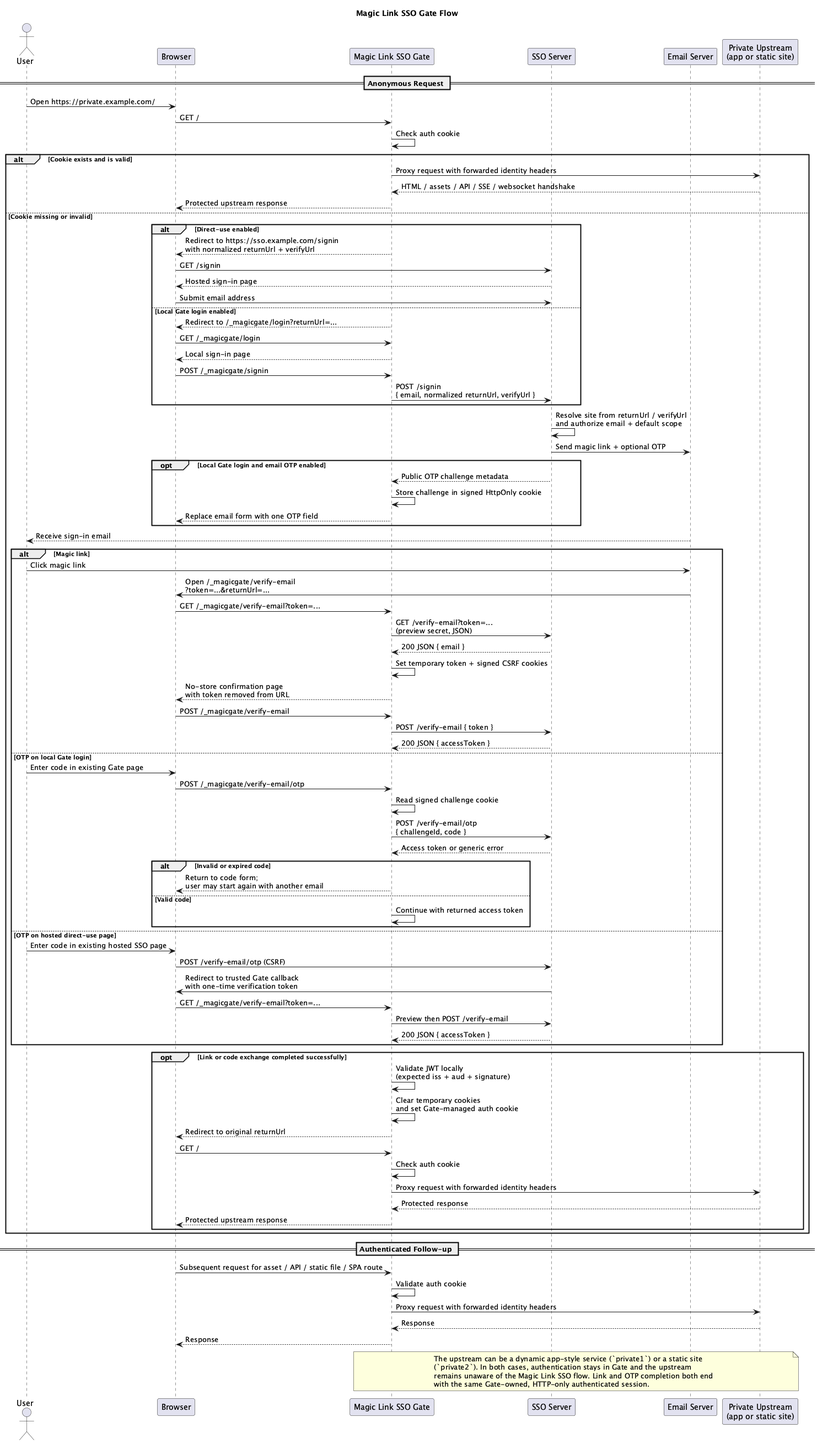
The PlantUML diagram docs/MagicLinkSSO_Gate_Flow_light.png in magic-link-sso/magic-sso, before a commit.
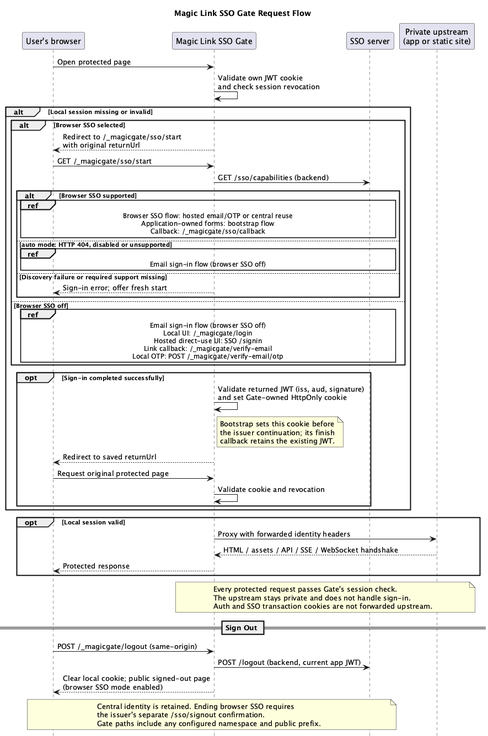
The same file after the commit.

Change to the diagram source:
```diff
@@ -1,104 +1,76 @@
 @startuml MagicLinkSSO-Gate-Flow
 
-title Magic Link SSO Gate Flow
+title Magic Link SSO Gate Request Flow
+hide footbox
 
-actor User
-participant "Browser" as Browser
+participant "User's browser" as Browser
 participant "Magic Link SSO Gate" as Gate
-participant "SSO Server" as SSO
-participant "Email Server" as Email
-participant "Private Upstream\n(app or static site)" as Upstream
+participant "SSO server" as SSO
+participant "Private upstream\n(app or static site)" as Upstream
 
-== Anonymous Request ==
+Browser -> Gate: Open protected page
+Gate -> Gate: Validate own JWT cookie\nand check session revocation
 
-User -> Browser: Open https://private.example.com/
-Browser -> Gate: GET /
-Gate -> Gate: Check auth cookie
-
-alt Cookie exists and is valid
-    Gate -> Upstream: Proxy request with forwarded identity headers
-    Upstream --> Gate: HTML / assets / API / SSE / websocket handshake
-    Gate --> Browser: Protected upstream response
-else Cookie missing or invalid
-    alt Direct-use enabled
-        Gate --> Browser: Redirect to https://sso.example.com/signin\nwith normalized returnUrl + verifyUrl
-        Browser -> SSO: GET /signin
-        SSO --> Browser: Hosted sign-in page
-        Browser -> SSO: Submit email address
-    else Local Gate login enabled
-        Gate --> Browser: Redirect to /_magicgate/login?returnUrl=...
-        Browser -> Gate: GET /_magicgate/login
-        Gate --> Browser: Local sign-in page
-        Browser -> Gate: POST /_magicgate/signin
-        Gate -> SSO: POST /signin\n{ email, normalized returnUrl, verifyUrl }
+alt Local session missing or invalid
+    alt Browser SSO selected
+        Gate --> Browser: Redirect to /_magicgate/sso/start\nwith original returnUrl
+        Browser -> Gate: GET /_magicgate/sso/start
+        Gate -> SSO: GET /sso/capabilities (backend)
+        alt Browser SSO supported
+            ref over Browser, SSO
+                Browser SSO flow: hosted email/OTP or central reuse
+                Application-owned forms: bootstrap flow
+                Callback: /_magicgate/sso/callback
+            end ref
+        else auto mode: HTTP 404, disabled or unsupported
+            ref over Browser, SSO: Email sign-in flow (browser SSO off)
+        else Discovery failure or required support missing
+            Gate --> Browser: Sign-in error; offer fresh start
+        end
+    else Browser SSO off
+        ref over Browser, SSO
+            Email sign-in flow (browser SSO off)
+            Local UI: /_magicgate/login
+            Hosted direct-use UI: SSO /signin
+            Link callback: /_magicgate/verify-email
+            Local OTP: POST /_magicgate/verify-email/otp
+        end ref
     end
 
-    SSO -> SSO: Resolve site from returnUrl / verifyUrl\nand authorize email + default scope
-    SSO -> Email: Send magic link + optional OTP
-    opt Local Gate login and email OTP enabled
-        SSO --> Gate: Public OTP challenge metadata
-        Gate -> Gate: Store challenge in signed HttpOnly cookie
-        Gate --> Browser: Replace email form with one OTP field
-    end
-    Email --> User: Receive sign-in email
-
-    alt Magic link
-        User -> Email: Click magic link
-        Email -> Browser: Open /_magicgate/verify-email\n?token=...&returnUrl=...
-        Browser -> Gate: GET /_magicgate/verify-email?token=...
-        Gate -> SSO: GET /verify-email?token=...\n(preview secret, JSON)
-        SSO --> Gate: 200 JSON { email }
-        Gate -> Gate: Set temporary token + signed CSRF cookies
-        Gate --> Browser: No-store confirmation page\nwith token removed from URL
-        Browser -> Gate: POST /_magicgate/verify-email
-        Gate -> SSO: POST /verify-email { token }
-        SSO --> Gate: 200 JSON { accessToken }
-    else OTP on local Gate login
-        User -> Browser: Enter code in existing Gate page
-        Browser -> Gate: POST /_magicgate/verify-email/otp
-        Gate -> Gate: Read signed challenge cookie
-        Gate -> SSO: POST /verify-email/otp\n{ challengeId, code }
-        SSO --> Gate: Access token or generic error
-        alt Invalid or expired code
-            Gate --> Browser: Return to code form;\nuser may start again with another email
-        else Valid code
-            Gate -> Gate: Continue with returned access token
-        end
-    else OTP on hosted direct-use page
-        User -> Browser: Enter code in existing hosted SSO page
-        Browser -> SSO: POST /verify-email/otp (CSRF)
-        SSO -> Browser: Redirect to trusted Gate callback\nwith one-time verification token
-        Browser -> Gate: GET /_magicgate/verify-email?token=...
-        Gate -> SSO: Preview then POST /verify-email
-        SSO --> Gate: 200 JSON { accessToken }
-    end
-
-    opt Link or code exchange completed successfully
-        Gate -> Gate: Validate JWT locally\n(expected iss + aud + signature)
-        Gate -> Gate: Clear temporary cookies\nand set Gate-managed auth cookie
-        Gate --> Browser: Redirect to original returnUrl
-
-        Browser -> Gate: GET /
-        Gate -> Gate: Check auth cookie
-        Gate -> Upstream: Proxy request with forwarded identity headers
-        Upstream --> Gate: Protected response
-        Gate --> Browser: Protected upstream response
+    opt Sign-in completed successfully
+        Gate -> Gate: Validate returned JWT (iss, aud, signature)\nand set Gate-owned HttpOnly cookie
+        note right of Gate
+            Bootstrap sets this cookie before
+            the issuer continuation; its finish
+            callback retains the existing JWT.
+        end note
+        Gate --> Browser: Redirect to saved returnUrl
+        Browser -> Gate: Request original protected page
+        Gate -> Gate: Validate cookie and revocation
     end
 end
 
-== Authenticated Follow-up ==
-
-Browser -> Gate: Subsequent request for asset / API / static file / SPA route
-Gate -> Gate: Validate auth cookie
-Gate -> Upstream: Proxy request with forwarded identity headers
-Upstream --> Gate: Response
-Gate --> Browser: Response
+opt Local session valid
+    Gate -> Upstream: Proxy with forwarded identity headers
+    Upstream --> Gate: HTML / assets / API / SSE / WebSocket handshake
+    Gate --> Browser: Protected response
+end
 
 note over Gate, Upstream
-The upstream can be a dynamic app-style service (`private1`) or a static site
-(`private2`). In both cases, authentication stays in Gate and the upstream
-remains unaware of the Magic Link SSO flow. Link and OTP completion both end
-with the same Gate-owned, HTTP-only authenticated session.
+Every protected request passes Gate's session check.
+The upstream stays private and does not handle sign-in.
+Auth and SSO transaction cookies are not forwarded upstream.
+end note
+
+== Sign Out ==
+
+Browser -> Gate: POST /_magicgate/logout (same-origin)
+Gate -> SSO: POST /logout (backend, current app JWT)
+Gate --> Browser: Clear local cookie; public signed-out page\n(browser SSO mode enabled)
+note over Browser, SSO
+Central identity is retained. Ending browser SSO requires
+the issuer's separate /sso/signout confirmation.
+Gate paths include any configured namespace and public prefix.
 end note
 
 @enduml
```
